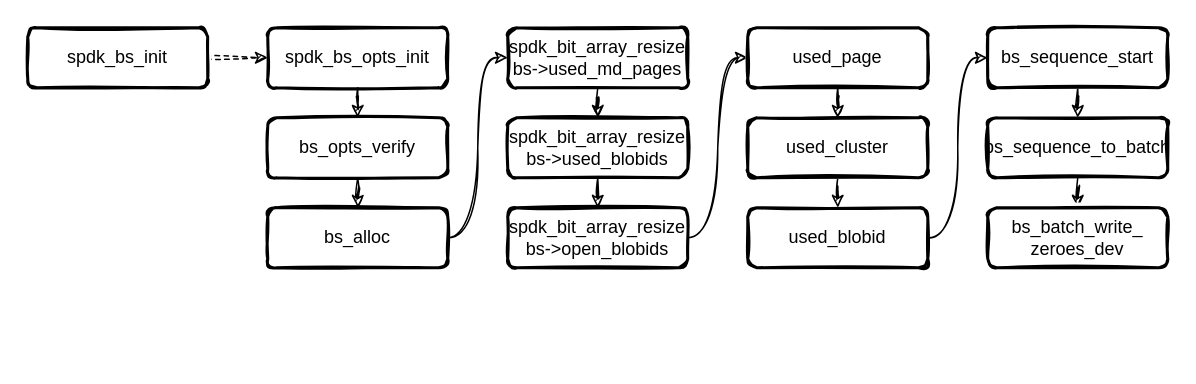
Before: page "blobstore_create" (2 of 4) of spdk/spdk_blobstore.drawio in EarthWind/deeparch, a draw.io diagram. Source tidied: cells renumbered, new cells numbered last; positions are measured from the earlier drawing's top-left corner, leaving out a move shared by most shapes. Both pictures are drawn from the tidied source at 150%, with x=0, y=0 at pixel (27, 27).
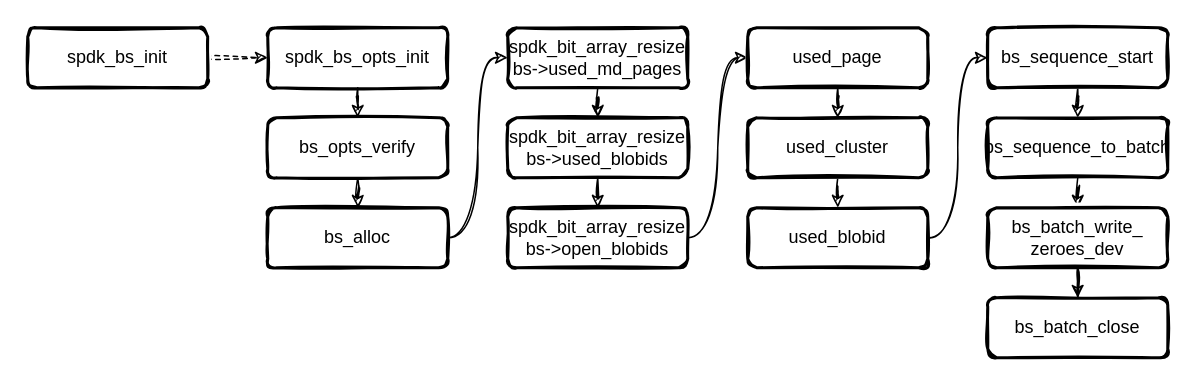
Above is the later version.

Unchanged cells that the change refers to:
```xml
<mxCell id="26" value="bs_batch_write_&lt;br&gt;zeroes_dev" style="rounded=1;whiteSpace=wrap;html=1;strokeWidth=2;fillWeight=4;hachureGap=8;hachureAngle=45;sketch=1;fillColor=#FFFFFF;" parent="1" vertex="1">
  <mxGeometry x="640" y="120" width="120" height="40" as="geometry" />
</mxCell>
```

Change to the diagram source:
```diff
@@
+    <mxCell id="27" style="edgeStyle=orthogonalEdgeStyle;rounded=0;jettySize=auto;html=1;entryX=0.5;entryY=0;entryDx=0;entryDy=0;sketch=1;" parent="1" edge="1" source="26" target="28">
+      <mxGeometry relative="1" as="geometry" />
+    </mxCell>
@@
+    <mxCell id="28" value="bs_batch_close" style="rounded=1;whiteSpace=wrap;html=1;strokeWidth=2;fillWeight=4;hachureGap=8;hachureAngle=45;sketch=1;fillColor=#FFFFFF;" parent="1" vertex="1">
+      <mxGeometry x="640" y="180" width="120" height="40" as="geometry" />
+    </mxCell>
```
